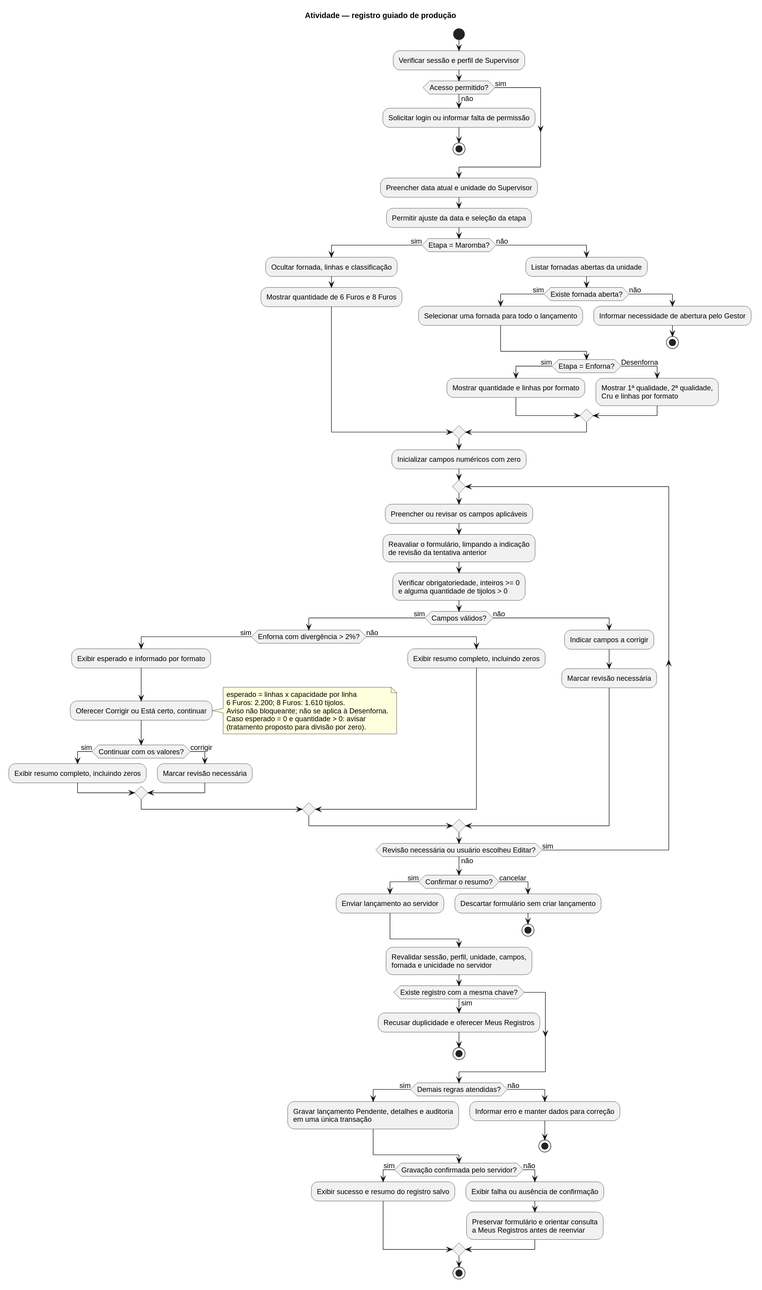
Earlier version of the PlantUML export docs/uml/svg/03_atividade_registrar_producao.svg (emilynerys/Projeto-Cer-mica-SOCRE). Its diagram source:
```plantuml
@startuml
skinparam shadowing false
skinparam defaultFontName Arial
skinparam defaultFontSize 13
title Atividade — registro guiado de produção

start
:Verificar sessão e perfil de Supervisor;
if (Acesso permitido?) then (sim)
else (não)
  :Solicitar login ou informar falta de permissão;
  stop
endif
:Preencher data atual e unidade do Supervisor;
:Permitir ajuste da data e seleção da etapa;

if (Etapa = Maromba?) then (sim)
  :Ocultar fornada, linhas e classificação;
  :Mostrar quantidade de 6 Furos e 8 Furos;
else (não)
  :Listar fornadas abertas da unidade;
  if (Existe fornada aberta?) then (sim)
    :Selecionar uma fornada para todo o lançamento;
  else (não)
    :Informar necessidade de abertura pelo Gestor;
    stop
  endif
  if (Etapa = Enforna?) then (sim)
    :Mostrar quantidade e linhas por formato;
  else (Desenforna)
    :Mostrar 1ª qualidade, 2ª qualidade,
    Cru e linhas por formato;
  endif
endif

:Inicializar campos numéricos com zero;
repeat
  :Preencher ou revisar os campos aplicáveis;
  :Reavaliar o formulário, limpando a indicação
  de revisão da tentativa anterior;
  :Verificar obrigatoriedade, inteiros >= 0
  e alguma quantidade de tijolos > 0;
  if (Campos válidos?) then (sim)
    if (Enforna com divergência > 2%?) then (sim)
      :Exibir esperado e informado por formato;
      :Oferecer Corrigir ou Está certo, continuar;
      note right
        esperado = linhas x capacidade por linha
        6 Furos: 2.200; 8 Furos: 1.610 tijolos.
        Aviso não bloqueante; não se aplica à Desenforna.
        Caso esperado = 0 e quantidade > 0: avisar
        (tratamento proposto para divisão por zero).
      end note
      if (Continuar com os valores?) then (sim)
        :Exibir resumo completo, incluindo zeros;
      else (corrigir)
        :Marcar revisão necessária;
      endif
    else (não)
      :Exibir resumo completo, incluindo zeros;
    endif
  else (não)
    :Indicar campos a corrigir;
    :Marcar revisão necessária;
  endif
repeat while (Revisão necessária ou usuário escolheu Editar?) is (sim) not (não)

if (Confirmar o resumo?) then (sim)
  :Enviar lançamento ao servidor;
else (cancelar)
  :Descartar formulário sem criar lançamento;
  stop
endif

:Revalidar sessão, perfil, unidade, campos,
fornada e unicidade no servidor;
if (Existe registro com a mesma chave?) then (sim)
  :Recusar duplicidade e oferecer Meus Registros;
  stop
endif
if (Demais regras atendidas?) then (sim)
  :Gravar lançamento Pendente, detalhes e auditoria
  em uma única transação;
else (não)
  :Informar erro e manter dados para correção;
  stop
endif
if (Gravação confirmada pelo servidor?) then (sim)
  :Exibir sucesso e resumo do registro salvo;
else (não)
  :Exibir falha ou ausência de confirmação;
  :Preservar formulário e orientar consulta
  a Meus Registros antes de reenviar;
endif
stop
@enduml
```
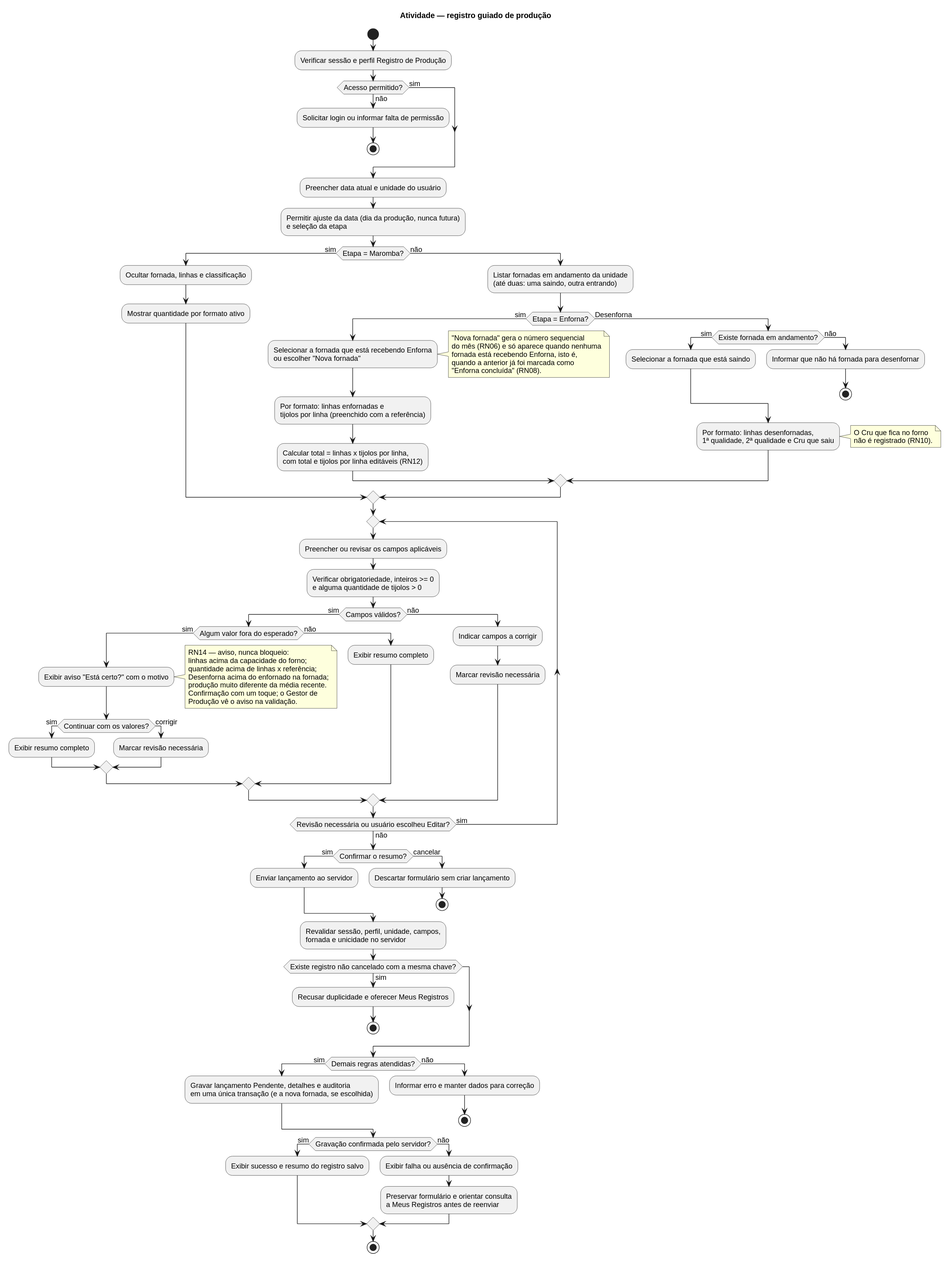
The same file after the commit.

The edit, as a diff of the source:
```diff
@@ -5,59 +5,75 @@
 title Atividade — registro guiado de produção
 
 start
-:Verificar sessão e perfil de Supervisor;
+:Verificar sessão e perfil Registro de Produção;
 if (Acesso permitido?) then (sim)
 else (não)
   :Solicitar login ou informar falta de permissão;
   stop
 endif
-:Preencher data atual e unidade do Supervisor;
-:Permitir ajuste da data e seleção da etapa;
+:Preencher data atual e unidade do usuário;
+:Permitir ajuste da data (dia da produção, nunca futura)
+e seleção da etapa;
 
 if (Etapa = Maromba?) then (sim)
   :Ocultar fornada, linhas e classificação;
-  :Mostrar quantidade de 6 Furos e 8 Furos;
+  :Mostrar quantidade por formato ativo;
 else (não)
-  :Listar fornadas abertas da unidade;
-  if (Existe fornada aberta?) then (sim)
-    :Selecionar uma fornada para todo o lançamento;
-  else (não)
-    :Informar necessidade de abertura pelo Gestor;
-    stop
-  endif
+  :Listar fornadas em andamento da unidade
+  (até duas: uma saindo, outra entrando);
   if (Etapa = Enforna?) then (sim)
-    :Mostrar quantidade e linhas por formato;
+    :Selecionar a fornada que está recebendo Enforna
+    ou escolher "Nova fornada";
+    note right
+      "Nova fornada" gera o número sequencial
+      do mês (RN06) e só aparece quando nenhuma
+      fornada está recebendo Enforna, isto é,
+      quando a anterior já foi marcada como
+      "Enforna concluída" (RN08).
+    end note
+    :Por formato: linhas enfornadas e
+    tijolos por linha (preenchido com a referência);
+    :Calcular total = linhas x tijolos por linha,
+    com total e tijolos por linha editáveis (RN12);
   else (Desenforna)
-    :Mostrar 1ª qualidade, 2ª qualidade,
-    Cru e linhas por formato;
+    if (Existe fornada em andamento?) then (sim)
+      :Selecionar a fornada que está saindo;
+    else (não)
+      :Informar que não há fornada para desenfornar;
+      stop
+    endif
+    :Por formato: linhas desenfornadas,
+    1ª qualidade, 2ª qualidade e Cru que saiu;
+    note right
+      O Cru que fica no forno
+      não é registrado (RN10).
+    end note
   endif
 endif
 
-:Inicializar campos numéricos com zero;
 repeat
   :Preencher ou revisar os campos aplicáveis;
-  :Reavaliar o formulário, limpando a indicação
-  de revisão da tentativa anterior;
   :Verificar obrigatoriedade, inteiros >= 0
   e alguma quantidade de tijolos > 0;
   if (Campos válidos?) then (sim)
-    if (Enforna com divergência > 2%?) then (sim)
-      :Exibir esperado e informado por formato;
-      :Oferecer Corrigir ou Está certo, continuar;
+    if (Algum valor fora do esperado?) then (sim)
+      :Exibir aviso "Está certo?" com o motivo;
       note right
-        esperado = linhas x capacidade por linha
-        6 Furos: 2.200; 8 Furos: 1.610 tijolos.
-        Aviso não bloqueante; não se aplica à Desenforna.
-        Caso esperado = 0 e quantidade > 0: avisar
-        (tratamento proposto para divisão por zero).
+        RN14 — aviso, nunca bloqueio:
+        linhas acima da capacidade do forno;
+        quantidade acima de linhas x referência;
+        Desenforna acima do enfornado na fornada;
+        produção muito diferente da média recente.
+        Confirmação com um toque; o Gestor de
+        Produção vê o aviso na validação.
       end note
       if (Continuar com os valores?) then (sim)
-        :Exibir resumo completo, incluindo zeros;
+        :Exibir resumo completo;
       else (corrigir)
         :Marcar revisão necessária;
       endif
     else (não)
-      :Exibir resumo completo, incluindo zeros;
+      :Exibir resumo completo;
     endif
   else (não)
     :Indicar campos a corrigir;
@@ -74,13 +90,13 @@
 
 :Revalidar sessão, perfil, unidade, campos,
 fornada e unicidade no servidor;
-if (Existe registro com a mesma chave?) then (sim)
+if (Existe registro não cancelado com a mesma chave?) then (sim)
   :Recusar duplicidade e oferecer Meus Registros;
   stop
 endif
 if (Demais regras atendidas?) then (sim)
   :Gravar lançamento Pendente, detalhes e auditoria
-  em uma única transação;
+  em uma única transação (e a nova fornada, se escolhida);
 else (não)
   :Informar erro e manter dados para correção;
   stop
```
